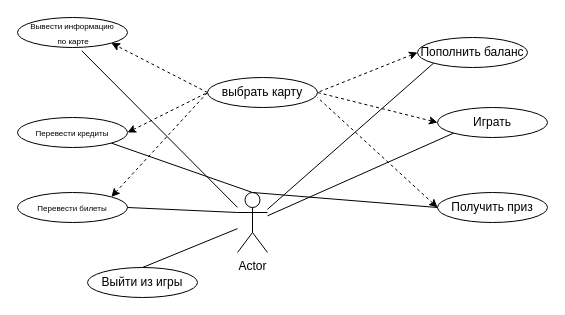
Earlier version of the draw.io diagram docs/8_лаба.drawio (kseilons/JavaLerning). Source tidied: cells renumbered, new cells numbered last; positions are measured from the earlier drawing's top-left corner, leaving out a move shared by most shapes. Both pictures are drawn from the tidied source at 100%, with x=0, y=0 at pixel (17, 17).
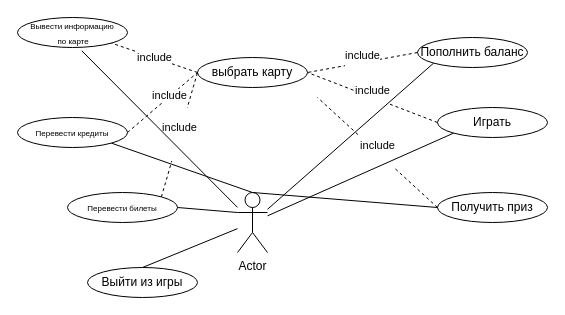
The same diagram, later.

Commit message (it also covers changes not shown here):
поправил uml диаграмму в 8 лабе

The change refers to these unchanged cells:
```xml
<mxCell id="5" value="Играть" style="ellipse;whiteSpace=wrap;html=1;" parent="1" vertex="1">
  <mxGeometry x="420" y="90" width="110" height="30" as="geometry" />
</mxCell>
<mxCell id="6" value="Получить приз" style="ellipse;whiteSpace=wrap;html=1;" parent="1" vertex="1">
  <mxGeometry x="420" y="175" width="110" height="30" as="geometry" />
</mxCell>
<mxCell id="7" value="Пополнить баланс" style="ellipse;whiteSpace=wrap;html=1;" parent="1" vertex="1">
  <mxGeometry x="400" y="20" width="110" height="30" as="geometry" />
</mxCell>
<mxCell id="8" value="&lt;font style=&quot;font-size: 8px;&quot;&gt;Вывести информацию&lt;/font&gt;&lt;div&gt;&lt;font style=&quot;font-size: 8px;&quot;&gt;&amp;nbsp;по карте&lt;/font&gt;&lt;/div&gt;" style="ellipse;whiteSpace=wrap;html=1;" parent="1" vertex="1">
  <mxGeometry width="110" height="30" as="geometry" />
</mxCell>
<mxCell id="9" value="&lt;span style=&quot;font-size: 8px;&quot;&gt;Перевести кредиты&lt;/span&gt;" style="ellipse;whiteSpace=wrap;html=1;" parent="1" vertex="1">
  <mxGeometry y="100" width="110" height="30" as="geometry" />
</mxCell>
```

The edit, as a diff of the source:
```diff
@@
     <mxCell id="3" value="выбрать карту" style="ellipse;whiteSpace=wrap;html=1;" parent="1" vertex="1">
-      <mxGeometry x="190" y="60" width="110" height="30" as="geometry" />
+      <mxGeometry x="180" y="40" width="110" height="30" as="geometry" />
     </mxCell>
@@
     <mxCell id="10" value="&lt;span style=&quot;font-size: 8px;&quot;&gt;Перевести билеты&lt;/span&gt;" style="ellipse;whiteSpace=wrap;html=1;" parent="1" vertex="1">
-      <mxGeometry y="175" width="110" height="30" as="geometry" />
+      <mxGeometry x="50" y="175" width="110" height="30" as="geometry" />
     </mxCell>
-    <mxCell id="11" style="endArrow=none;html=1;rounded=0;entryX=0;entryY=0.5;entryDx=0;entryDy=0;elbow=vertical;dashed=1;exitX=1;exitY=0.5;exitDx=0;exitDy=0;endFill=0;startArrow=classic;startFill=1;" parent="1" edge="1" source="9" target="3">
+    <mxCell id="11" style="endArrow=none;html=1;rounded=0;entryX=0;entryY=0.5;entryDx=0;entryDy=0;elbow=vertical;exitX=1;exitY=0.5;exitDx=0;exitDy=0;endFill=0;startArrow=none;startFill=0;dashed=1;" parent="1" edge="1" source="9" target="3">
       <mxGeometry relative="1" as="geometry" />
     </mxCell>
+    <mxCell id="24" value="include" style="edgeLabel;html=1;align=center;verticalAlign=middle;" parent="11" vertex="1">
+      <mxGeometry x="0.21" y="2" relative="1" as="geometry" />
+    </mxCell>
-    <mxCell id="12" style="endArrow=classic;html=1;rounded=0;entryX=1;entryY=1;entryDx=0;entryDy=0;elbow=vertical;dashed=1;exitX=0;exitY=0.5;exitDx=0;exitDy=0;startArrow=none;startFill=0;endFill=1;" parent="1" edge="1" source="3" target="8">
+    <mxCell id="12" value="include" style="endArrow=none;html=1;rounded=0;entryX=1;entryY=1;entryDx=0;entryDy=0;elbow=vertical;exitX=0;exitY=0.5;exitDx=0;exitDy=0;startArrow=none;startFill=0;endFill=0;dashed=1;" parent="1" edge="1" source="3" target="8">
       <mxGeometry relative="1" as="geometry" />
     </mxCell>
-    <mxCell id="13" style="endArrow=none;html=1;rounded=0;entryX=0;entryY=0.5;entryDx=0;entryDy=0;elbow=vertical;dashed=1;exitX=1;exitY=0;exitDx=0;exitDy=0;startArrow=classic;startFill=1;" parent="1" edge="1" source="10" target="3">
+    <mxCell id="13" value="&#10;&lt;span style=&quot;color: rgb(0, 0, 0); font-family: Helvetica; font-size: 11px; font-style: normal; font-variant-ligatures: normal; font-variant-caps: normal; font-weight: 400; letter-spacing: normal; orphans: 2; text-align: center; text-indent: 0px; text-transform: none; widows: 2; word-spacing: 0px; -webkit-text-stroke-width: 0px; white-space: nowrap; background-color: rgb(255, 255, 255); text-decoration-thickness: initial; text-decoration-style: initial; text-decoration-color: initial; display: inline !important; float: none;&quot;&gt;include&lt;/span&gt;&#10;&#10;" style="endArrow=none;html=1;rounded=0;entryX=0;entryY=0.5;entryDx=0;entryDy=0;elbow=vertical;exitX=1;exitY=0;exitDx=0;exitDy=0;startArrow=none;startFill=0;endFill=0;dashed=1;" parent="1" edge="1" source="10" target="3">
       <mxGeometry relative="1" as="geometry" />
     </mxCell>
-    <mxCell id="14" style="endArrow=none;html=1;rounded=0;entryX=1;entryY=0.5;entryDx=0;entryDy=0;elbow=vertical;dashed=1;exitX=0;exitY=0.5;exitDx=0;exitDy=0;startArrow=classic;startFill=1;" parent="1" edge="1" source="7" target="3">
+    <mxCell id="14" value="&#10;&lt;span style=&quot;color: rgb(0, 0, 0); font-family: Helvetica; font-size: 11px; font-style: normal; font-variant-ligatures: normal; font-variant-caps: normal; font-weight: 400; letter-spacing: normal; orphans: 2; text-align: center; text-indent: 0px; text-transform: none; widows: 2; word-spacing: 0px; -webkit-text-stroke-width: 0px; white-space: nowrap; background-color: rgb(255, 255, 255); text-decoration-thickness: initial; text-decoration-style: initial; text-decoration-color: initial; display: inline !important; float: none;&quot;&gt;include&lt;/span&gt;&#10;&#10;" style="endArrow=none;html=1;rounded=0;entryX=1;entryY=0.5;entryDx=0;entryDy=0;elbow=vertical;exitX=0;exitY=0.5;exitDx=0;exitDy=0;startArrow=none;startFill=0;endFill=0;dashed=1;" parent="1" edge="1" source="7" target="3">
       <mxGeometry relative="1" as="geometry" />
     </mxCell>
-    <mxCell id="15" style="endArrow=none;html=1;rounded=0;entryX=1;entryY=0.5;entryDx=0;entryDy=0;elbow=vertical;dashed=1;exitX=0;exitY=0.5;exitDx=0;exitDy=0;startArrow=classic;startFill=1;" parent="1" edge="1" source="5" target="3">
+    <mxCell id="15" value="&#10;&lt;span style=&quot;color: rgb(0, 0, 0); font-family: Helvetica; font-size: 11px; font-style: normal; font-variant-ligatures: normal; font-variant-caps: normal; font-weight: 400; letter-spacing: normal; orphans: 2; text-align: center; text-indent: 0px; text-transform: none; widows: 2; word-spacing: 0px; -webkit-text-stroke-width: 0px; white-space: nowrap; background-color: rgb(255, 255, 255); text-decoration-thickness: initial; text-decoration-style: initial; text-decoration-color: initial; display: inline !important; float: none;&quot;&gt;include&lt;/span&gt;&#10;&#10;" style="endArrow=none;html=1;rounded=0;entryX=1;entryY=0.5;entryDx=0;entryDy=0;elbow=vertical;exitX=0;exitY=0.5;exitDx=0;exitDy=0;startArrow=none;startFill=0;endFill=0;dashed=1;" parent="1" edge="1" source="5" target="3">
       <mxGeometry relative="1" as="geometry" />
     </mxCell>
-    <mxCell id="16" style="endArrow=none;html=1;rounded=0;elbow=vertical;dashed=1;exitX=0;exitY=0.5;exitDx=0;exitDy=0;startArrow=classic;startFill=1;" parent="1" edge="1" source="6">
+    <mxCell id="16" value="&#10;&lt;span style=&quot;color: rgb(0, 0, 0); font-family: Helvetica; font-size: 11px; font-style: normal; font-variant-ligatures: normal; font-variant-caps: normal; font-weight: 400; letter-spacing: normal; orphans: 2; text-align: center; text-indent: 0px; text-transform: none; widows: 2; word-spacing: 0px; -webkit-text-stroke-width: 0px; white-space: nowrap; background-color: rgb(255, 255, 255); text-decoration-thickness: initial; text-decoration-style: initial; text-decoration-color: initial; display: inline !important; float: none;&quot;&gt;include&lt;/span&gt;&#10;&#10;" style="endArrow=none;html=1;rounded=0;elbow=vertical;exitX=0;exitY=0.5;exitDx=0;exitDy=0;startArrow=none;startFill=0;endFill=0;dashed=1;" parent="1" edge="1" source="6">
       <mxGeometry relative="1" as="geometry">
         <mxPoint x="300" y="80" as="targetPoint" />
       </mxGeometry>
     </mxCell>
```
